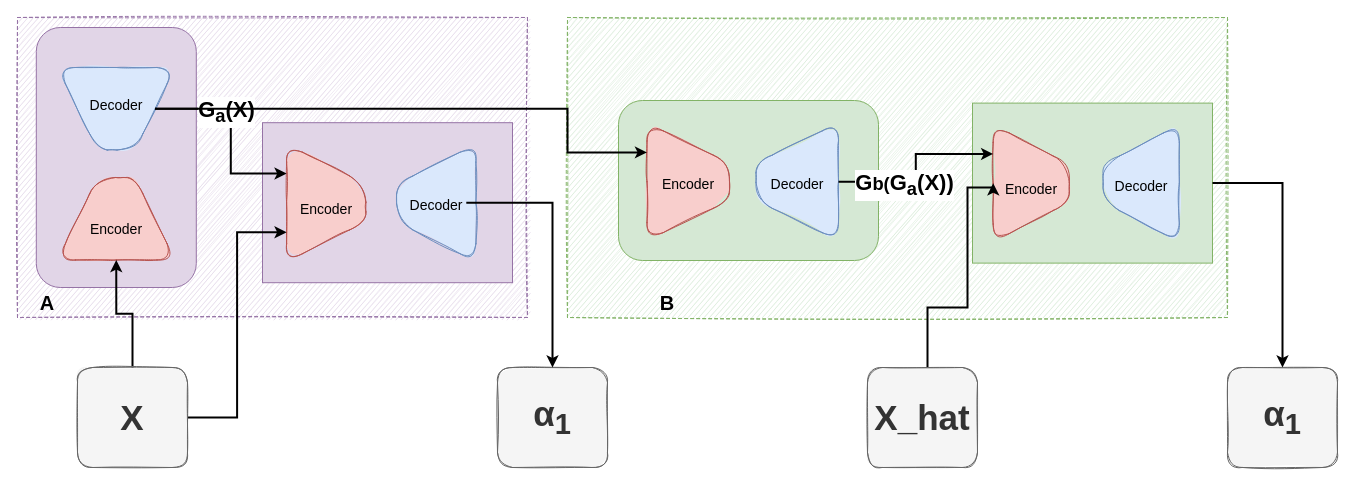
Pumpkin9841/pictures keeps this draw.io diagram as pictures/未命名绘图.drawio. Above is the earlier version. Source tidied: cells renumbered, new cells numbered last; positions are measured from the earlier drawing's top-left corner, leaving out a move shared by most shapes. Both pictures are drawn from the tidied source at 100%, with x=0, y=0 at pixel (17, 17).
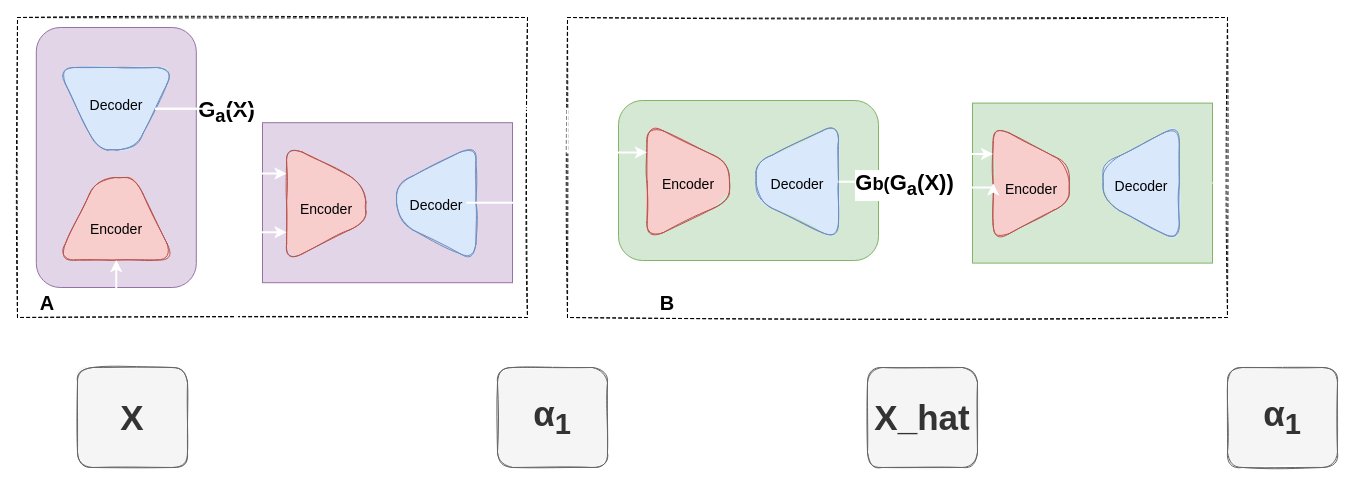
After the change.

Commit message:
更新未命名绘图.drawio

Unchanged cells that the change refers to:
```xml
<mxCell id="5" style="shape=trapezoid;perimeter=trapezoidPerimeter;whiteSpace=wrap;html=1;fixedSize=1;rounded=1;shadow=0;glass=0;sketch=1;fillStyle=solid;fontSize=28;fillColor=#dae8fc;rotation=-180;size=40;strokeColor=#6c8ebf;align=center;arcSize=36;" parent="3" vertex="1">
  <mxGeometry x="21.2" y="40" width="117.5" height="82.5" as="geometry" />
</mxCell>
<mxCell id="6" style="shape=trapezoid;perimeter=trapezoidPerimeter;whiteSpace=wrap;html=1;fixedSize=1;rounded=1;shadow=0;glass=0;sketch=1;fillStyle=solid;fontSize=28;fillColor=#f8cecc;rotation=0;size=40;strokeColor=#b85450;align=center;arcSize=36;" parent="3" vertex="1">
  <mxGeometry x="21.2" y="150" width="117.5" height="82.5" as="geometry" />
</mxCell>
<mxCell id="12" style="shape=trapezoid;perimeter=trapezoidPerimeter;whiteSpace=wrap;html=1;fixedSize=1;rounded=1;shadow=0;glass=0;sketch=1;fillStyle=solid;fontSize=28;fillColor=#f8cecc;rotation=90;size=40;strokeColor=#b85450;align=center;arcSize=36;" parent="9" vertex="1">
  <mxGeometry x="-45" y="80.8" width="117.5" height="79.3" as="geometry" />
</mxCell>
<mxCell id="14" value="&lt;font style=&quot;font-size: 14px&quot;&gt;Decoder&lt;/font&gt;" style="text;html=1;strokeColor=none;fillColor=none;align=center;verticalAlign=middle;whiteSpace=wrap;rounded=0;dashed=1;sketch=1;fontSize=20;" parent="9" vertex="1">
  <mxGeometry x="93.8" y="105.2" width="60" height="30" as="geometry" />
</mxCell>
<mxCell id="18" value="&lt;h1&gt;&lt;font style=&quot;font-size: 35px&quot;&gt;X&lt;/font&gt;&lt;/h1&gt;" style="rounded=1;whiteSpace=wrap;html=1;shadow=0;glass=0;fillStyle=solid;fillColor=#f5f5f5;strokeColor=#666666;fontColor=#333333;sketch=1;" parent="1" vertex="1">
  <mxGeometry x="60" y="350" width="110" height="100" as="geometry" />
</mxCell>
<mxCell id="24" style="shape=trapezoid;perimeter=trapezoidPerimeter;whiteSpace=wrap;html=1;fixedSize=1;rounded=1;shadow=0;glass=0;sketch=1;fillStyle=solid;fontSize=28;fillColor=#dae8fc;rotation=-90;size=40;strokeColor=#6c8ebf;align=center;arcSize=36;" parent="22" vertex="1">
  <mxGeometry x="71" y="91" width="117.5" height="82.5" as="geometry" />
</mxCell>
<mxCell id="25" style="shape=trapezoid;perimeter=trapezoidPerimeter;whiteSpace=wrap;html=1;fixedSize=1;rounded=1;shadow=0;glass=0;sketch=1;fillStyle=solid;fontSize=28;fillColor=#f8cecc;rotation=90;size=40;strokeColor=#b85450;align=center;arcSize=36;" parent="22" vertex="1">
  <mxGeometry x="-38" y="91" width="117.5" height="82.5" as="geometry" />
</mxCell>
<mxCell id="29" style="rounded=0;whiteSpace=wrap;html=1;rotation=90;fillColor=#d5e8d4;strokeColor=#82b366;" parent="28" vertex="1">
  <mxGeometry x="-10" y="-9.4" width="160" height="240" as="geometry" />
</mxCell>
<mxCell id="31" style="shape=trapezoid;perimeter=trapezoidPerimeter;whiteSpace=wrap;html=1;fixedSize=1;rounded=1;shadow=0;glass=0;sketch=1;fillStyle=solid;fontSize=28;fillColor=#f8cecc;rotation=90;size=40;strokeColor=#b85450;align=center;arcSize=36;" parent="28" vertex="1">
  <mxGeometry x="-50" y="72.7" width="117.5" height="76.2" as="geometry" />
</mxCell>
<mxCell id="38" value="&lt;h1&gt;&lt;span style=&quot;font-size: 35px&quot;&gt;α&lt;sub&gt;1&lt;/sub&gt;&lt;/span&gt;&lt;/h1&gt;" style="rounded=1;whiteSpace=wrap;html=1;shadow=0;glass=0;fillStyle=solid;fillColor=#f5f5f5;strokeColor=#666666;fontColor=#333333;sketch=1;" parent="1" vertex="1">
  <mxGeometry x="480" y="350" width="110" height="100" as="geometry" />
</mxCell>
<mxCell id="41" value="&lt;h1&gt;&lt;span style=&quot;font-size: 35px&quot;&gt;X_hat&lt;/span&gt;&lt;/h1&gt;" style="rounded=1;whiteSpace=wrap;html=1;shadow=0;glass=0;fillStyle=solid;fillColor=#f5f5f5;strokeColor=#666666;fontColor=#333333;sketch=1;" parent="1" vertex="1">
  <mxGeometry x="850" y="350" width="110" height="100" as="geometry" />
</mxCell>
<mxCell id="42" value="&lt;h1&gt;&lt;span style=&quot;font-size: 35px&quot;&gt;α&lt;sub&gt;1&lt;/sub&gt;&lt;/span&gt;&lt;/h1&gt;" style="rounded=1;whiteSpace=wrap;html=1;shadow=0;glass=0;fillStyle=solid;fillColor=#f5f5f5;strokeColor=#666666;fontColor=#333333;sketch=1;" parent="1" vertex="1">
  <mxGeometry x="1210" y="350" width="110" height="100" as="geometry" />
</mxCell>
```

The edit, as a diff of the source:
```diff
@@
-    <mxCell id="2" style="rounded=0;whiteSpace=wrap;html=1;dashed=1;sketch=1;fillColor=#e1d5e7;strokeColor=#9673a6;" parent="1" vertex="1">
+    <mxCell id="2" style="rounded=0;whiteSpace=wrap;html=1;dashed=1;sketch=1;fillColor=none;" parent="1" vertex="1">
       <mxGeometry width="510" height="300" as="geometry" />
     </mxCell>
@@
-    <mxCell id="16" style="edgeStyle=orthogonalEdgeStyle;rounded=0;jettySize=auto;html=1;fontSize=20;entryX=0.5;entryY=1;entryDx=0;entryDy=0;strokeWidth=2;" parent="1" edge="1" source="18" target="6">
+    <mxCell id="16" style="edgeStyle=orthogonalEdgeStyle;rounded=0;jettySize=auto;html=1;fontSize=20;entryX=0.5;entryY=1;entryDx=0;entryDy=0;strokeWidth=2;strokeColor=#FFFFFF;" parent="1" edge="1" source="18" target="6">
       <mxGeometry relative="1" as="geometry" />
     </mxCell>
-    <mxCell id="17" style="edgeStyle=orthogonalEdgeStyle;rounded=0;jettySize=auto;html=1;entryX=0.75;entryY=1;entryDx=0;entryDy=0;fontSize=20;strokeWidth=2;" parent="1" edge="1" source="18" target="12">
+    <mxCell id="17" style="edgeStyle=orthogonalEdgeStyle;rounded=0;jettySize=auto;html=1;entryX=0.75;entryY=1;entryDx=0;entryDy=0;fontSize=20;strokeWidth=2;strokeColor=#FFFFFF;" parent="1" edge="1" source="18" target="12">
       <mxGeometry relative="1" as="geometry" />
     </mxCell>
@@
-    <mxCell id="19" style="edgeStyle=orthogonalEdgeStyle;rounded=0;jettySize=auto;html=1;entryX=0.25;entryY=1;entryDx=0;entryDy=0;fontSize=14;strokeWidth=2;" parent="1" edge="1" source="5" target="12">
+    <mxCell id="19" style="edgeStyle=orthogonalEdgeStyle;rounded=0;jettySize=auto;html=1;entryX=0.25;entryY=1;entryDx=0;entryDy=0;fontSize=14;strokeWidth=2;strokeColor=#FFFFFF;" parent="1" edge="1" source="5" target="12">
       <mxGeometry relative="1" as="geometry" />
     </mxCell>
@@
-    <mxCell id="21" style="rounded=0;whiteSpace=wrap;html=1;dashed=1;sketch=1;fillColor=#d5e8d4;strokeColor=#82b366;" parent="1" vertex="1">
+    <mxCell id="21" style="rounded=0;whiteSpace=wrap;html=1;dashed=1;sketch=1;fillColor=none;" parent="1" vertex="1">
       <mxGeometry x="550" width="660" height="300" as="geometry" />
     </mxCell>
@@
-    <mxCell id="35" style="edgeStyle=orthogonalEdgeStyle;rounded=0;jettySize=auto;html=1;entryX=0.25;entryY=1;entryDx=0;entryDy=0;fontSize=14;strokeWidth=2;" parent="1" edge="1" source="24" target="31">
+    <mxCell id="35" style="edgeStyle=orthogonalEdgeStyle;rounded=0;jettySize=auto;html=1;entryX=0.25;entryY=1;entryDx=0;entryDy=0;fontSize=14;strokeWidth=2;strokeColor=#FFFFFF;" parent="1" edge="1" source="24" target="31">
       <mxGeometry relative="1" as="geometry" />
     </mxCell>
@@
-    <mxCell id="37" style="edgeStyle=orthogonalEdgeStyle;rounded=0;jettySize=auto;html=1;entryX=0.25;entryY=1;entryDx=0;entryDy=0;fontSize=22;strokeWidth=2;" parent="1" edge="1" source="5" target="25">
+    <mxCell id="37" style="edgeStyle=orthogonalEdgeStyle;rounded=0;jettySize=auto;html=1;entryX=0.25;entryY=1;entryDx=0;entryDy=0;fontSize=22;strokeWidth=2;strokeColor=#FFFFFF;" parent="1" edge="1" source="5" target="25">
       <mxGeometry relative="1" as="geometry">
         <Array as="points">
           <mxPoint x="550" y="91" />
           <mxPoint x="550" y="135" />
         </Array>
       </mxGeometry>
     </mxCell>
@@
-    <mxCell id="39" style="edgeStyle=orthogonalEdgeStyle;rounded=0;jettySize=auto;html=1;entryX=0.5;entryY=0;entryDx=0;entryDy=0;fontSize=22;strokeWidth=2;" parent="1" edge="1" source="14" target="38">
+    <mxCell id="39" style="edgeStyle=orthogonalEdgeStyle;rounded=0;jettySize=auto;html=1;entryX=0.5;entryY=0;entryDx=0;entryDy=0;fontSize=22;strokeWidth=2;strokeColor=#FFFFFF;" parent="1" edge="1" source="14" target="38">
       <mxGeometry relative="1" as="geometry" />
     </mxCell>
-    <mxCell id="40" style="edgeStyle=orthogonalEdgeStyle;rounded=0;jettySize=auto;html=1;entryX=0.5;entryY=1;entryDx=0;entryDy=0;fontSize=22;strokeWidth=2;" parent="1" edge="1" source="41" target="31">
+    <mxCell id="40" style="edgeStyle=orthogonalEdgeStyle;rounded=0;jettySize=auto;html=1;entryX=0.5;entryY=1;entryDx=0;entryDy=0;fontSize=22;strokeWidth=2;strokeColor=#FFFFFF;" parent="1" edge="1" source="41" target="31">
       <mxGeometry relative="1" as="geometry">
         <Array as="points">
           <mxPoint x="910" y="290" />
           <mxPoint x="950" y="290" />
           <mxPoint x="950" y="170" />
         </Array>
       </mxGeometry>
     </mxCell>
@@
-    <mxCell id="43" style="edgeStyle=orthogonalEdgeStyle;rounded=0;jettySize=auto;html=1;fontSize=22;strokeWidth=2;" parent="1" edge="1" source="29" target="42">
+    <mxCell id="43" style="edgeStyle=orthogonalEdgeStyle;rounded=0;jettySize=auto;html=1;fontSize=22;strokeWidth=2;strokeColor=#FFFFFF;" parent="1" edge="1" source="29" target="42">
       <mxGeometry relative="1" as="geometry" />
     </mxCell>
```
